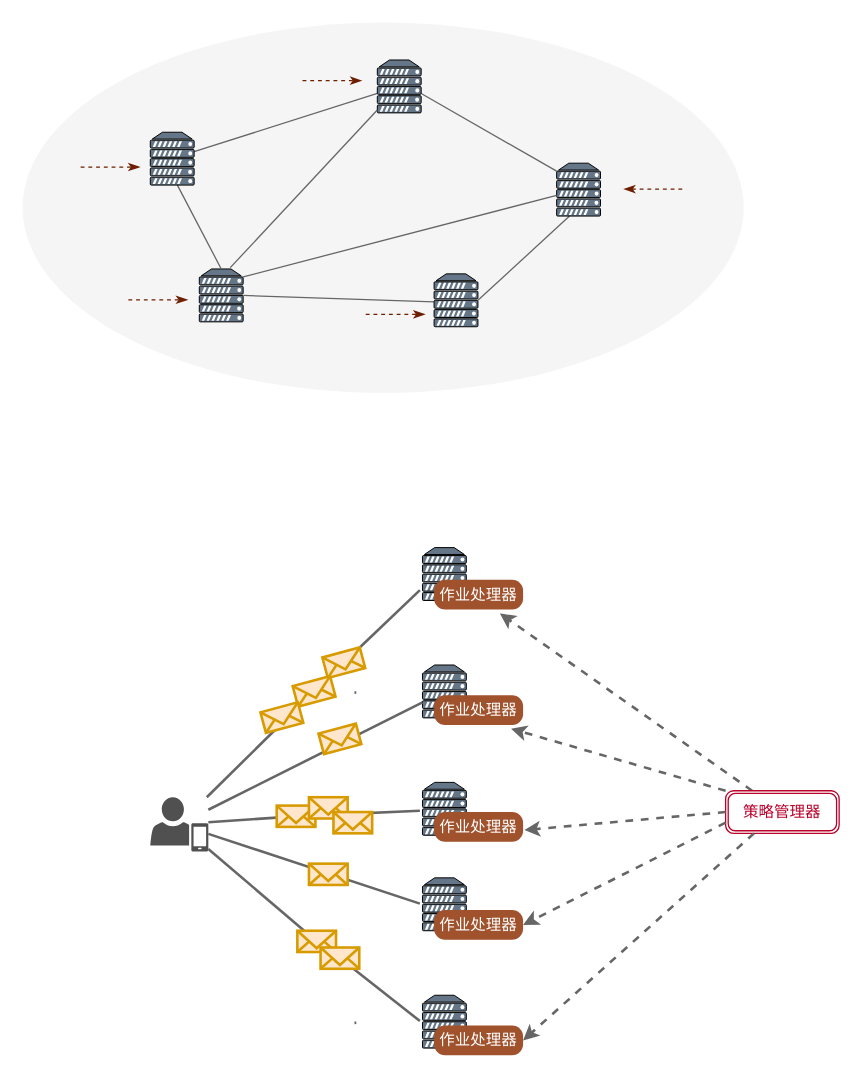
Before: page "去中心化" (2 of 10) of DRL.drawio in zhangluting123/drawio, a draw.io diagram. Source tidied: cells renumbered, new cells numbered last; positions are measured from the earlier drawing's top-left corner, leaving out a move shared by most shapes. Both pictures are drawn from the tidied source at 129%, with x=0, y=0 at pixel (22, 22).
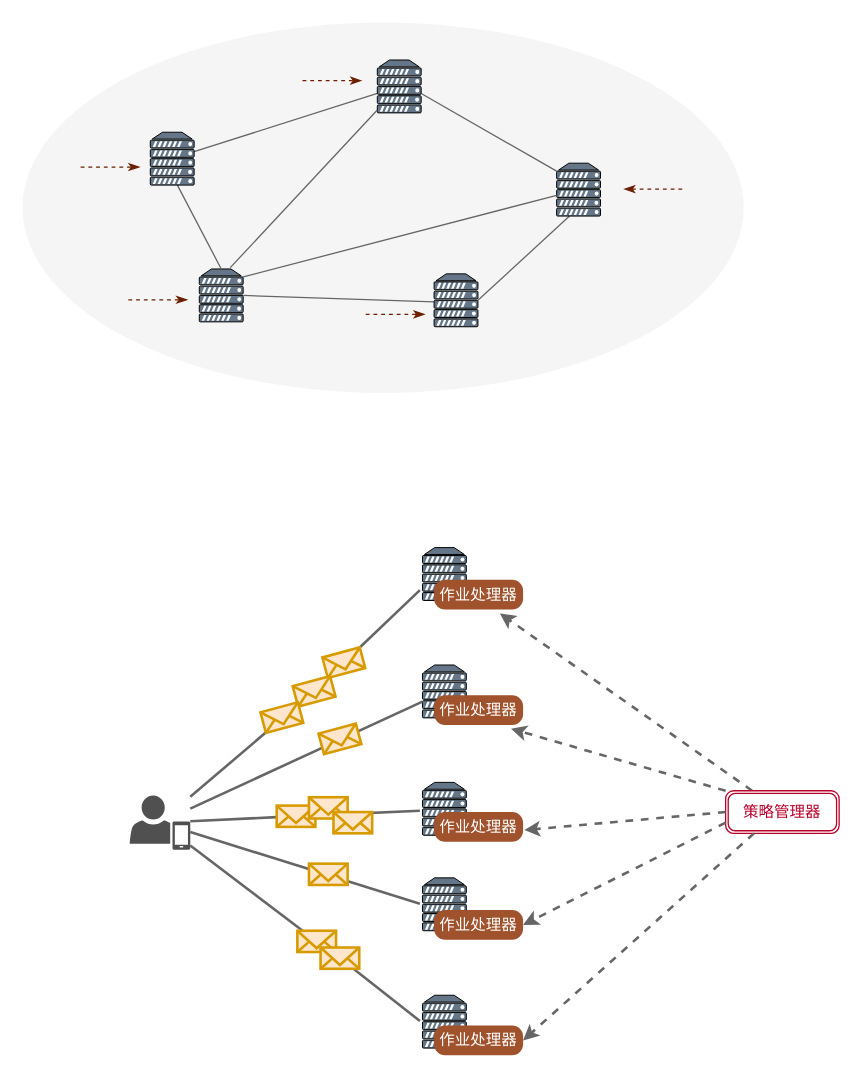
Above is the later version.

Diff of the diagram source:
```diff
@@
     <mxCell id="24" style="sketch=0;shadow=0;dashed=0;html=1;strokeColor=none;fillColor=#505050;labelPosition=center;verticalLabelPosition=bottom;verticalAlign=top;outlineConnect=0;align=center;shape=mxgraph.office.users.mobile_user;" parent="1" vertex="1">
-      <mxGeometry x="99" y="600.5" width="45" height="42" as="geometry" />
+      <mxGeometry x="83" y="599.2" width="47" height="42" as="geometry" />
     </mxCell>
@@
-    <mxCell id="30" style="endArrow=none;startArrow=none;html=1;rounded=0;fillColor=#f5f5f5;gradientColor=#b3b3b3;strokeColor=#666666;endFill=0;startFill=0;endSize=7;strokeWidth=2;" parent="1" edge="1">
-      <mxGeometry relative="1" as="geometry">
-        <mxPoint x="257.3" y="519.4" as="sourcePoint" />
-        <mxPoint x="258.7" y="519.3" as="targetPoint" />
-      </mxGeometry>
-    </mxCell>
@@
-    <mxCell id="38" style="endArrow=none;startArrow=none;html=1;rounded=0;fillColor=#f5f5f5;gradientColor=#b3b3b3;strokeColor=#666666;endFill=0;startFill=0;endSize=7;strokeWidth=2;" parent="1" edge="1">
-      <mxGeometry relative="1" as="geometry">
-        <mxPoint x="257.3" y="775.4" as="sourcePoint" />
-        <mxPoint x="258.7" y="775.3" as="targetPoint" />
-      </mxGeometry>
-    </mxCell>
```
